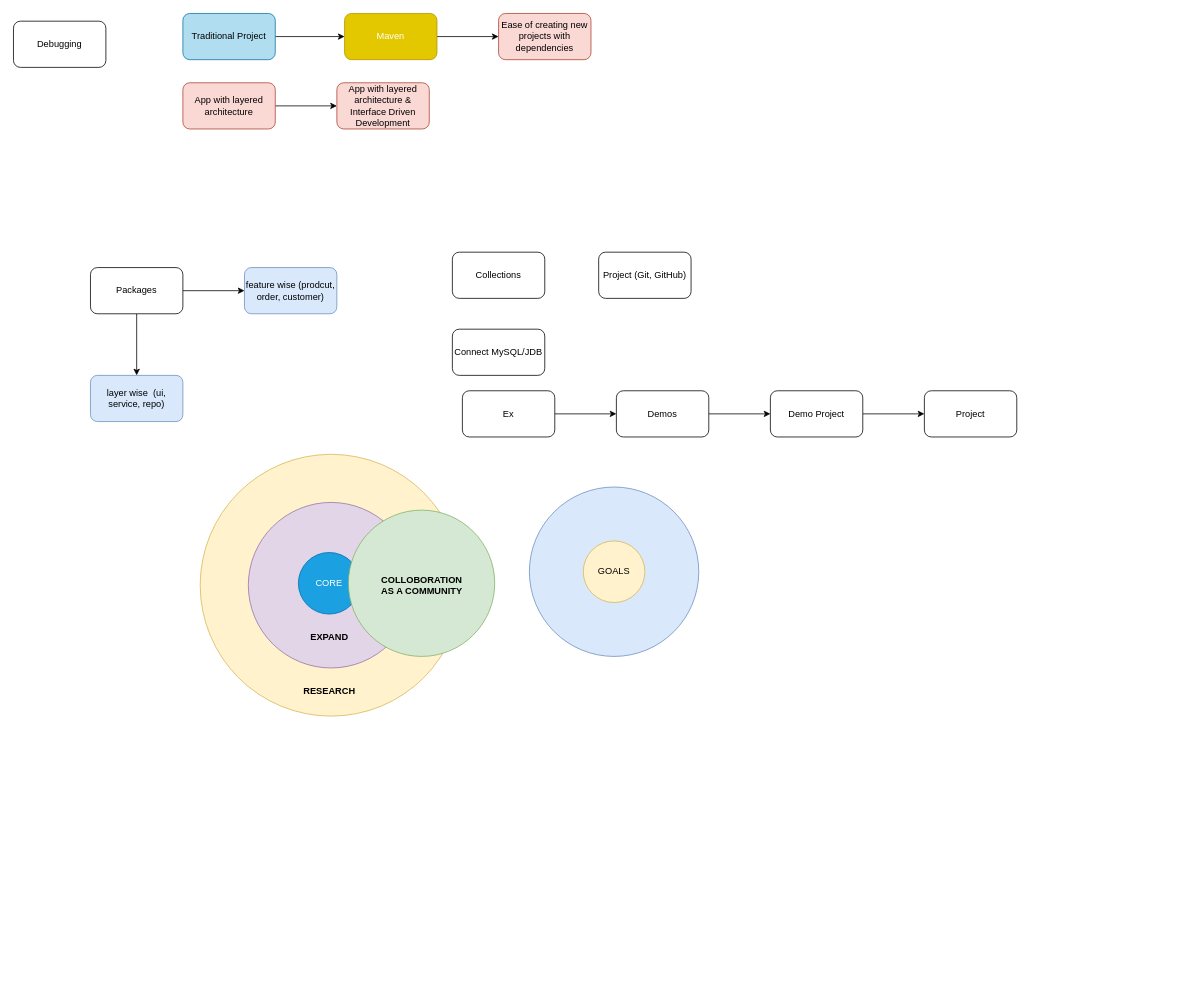
Earlier version of the draw.io diagram page "Recap & Plan" (3 of 6) of java/diagrams/java-workflow.drawio (aukokyong/jfs-master). Source tidied: cells renumbered, new cells numbered last; positions are measured from the earlier drawing's top-left corner, leaving out a move shared by most shapes. Both pictures are drawn from the tidied source at 77%, with x=0, y=0 at pixel (13, 13).
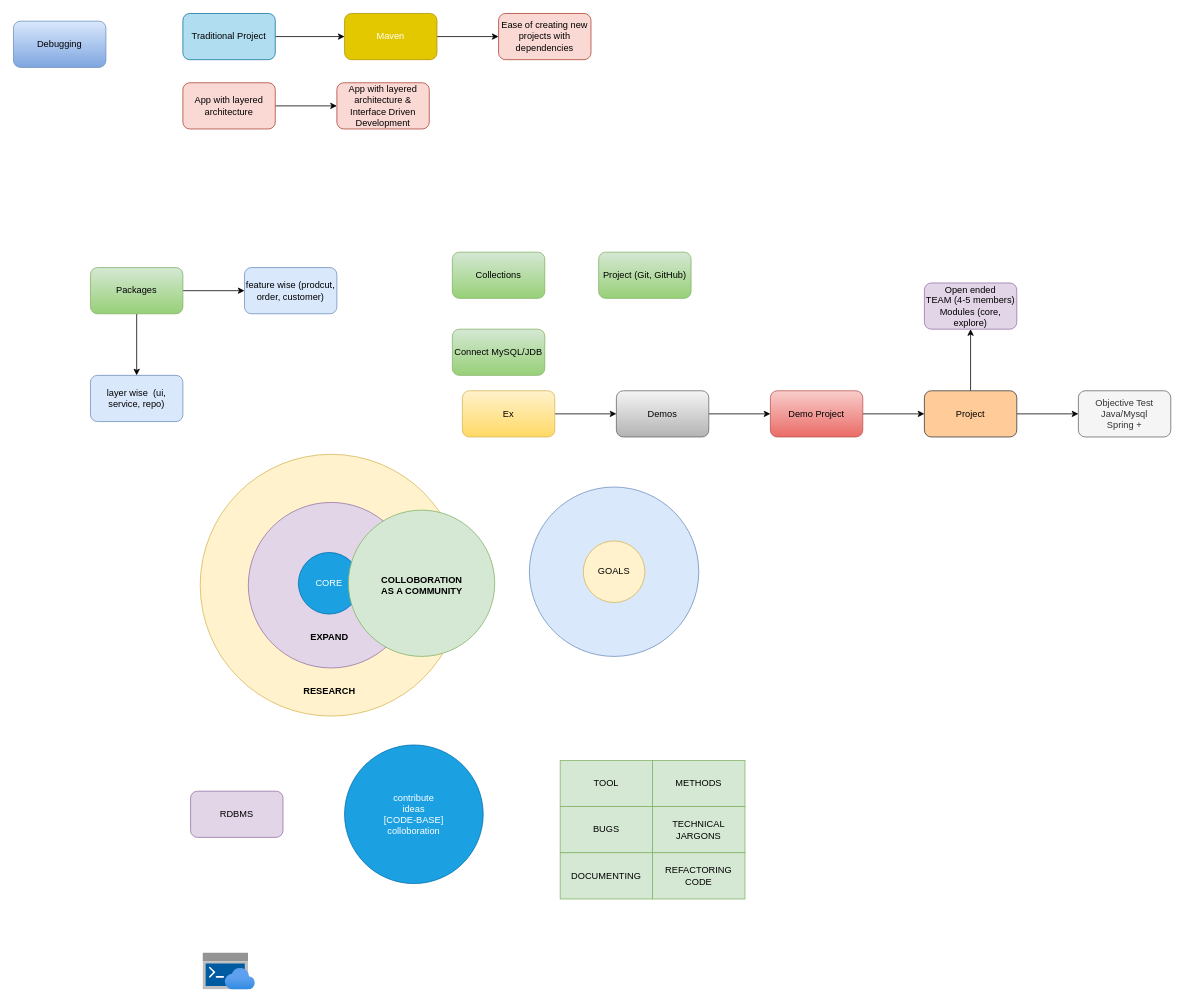
The same page after the edit.

What changed in the source:
```diff
@@
-    <mxCell id="13" value="Packages" style="rounded=1;whiteSpace=wrap;html=1;" parent="1" vertex="1">
+    <mxCell id="13" value="Packages" style="rounded=1;whiteSpace=wrap;html=1;gradientColor=#97d077;fillColor=#d5e8d4;strokeColor=#82b366;" parent="1" vertex="1">
       <mxGeometry x="100" y="330" width="120" height="60" as="geometry" />
     </mxCell>
@@
-    <mxCell id="16" value="Collections" style="rounded=1;whiteSpace=wrap;html=1;" parent="1" vertex="1">
+    <mxCell id="16" value="Collections" style="rounded=1;whiteSpace=wrap;html=1;gradientColor=#97d077;fillColor=#d5e8d4;strokeColor=#82b366;" parent="1" vertex="1">
       <mxGeometry x="570" y="310" width="120" height="60" as="geometry" />
     </mxCell>
-    <mxCell id="17" value="Connect MySQL/JDB" style="rounded=1;whiteSpace=wrap;html=1;" parent="1" vertex="1">
+    <mxCell id="17" value="Connect MySQL/JDB" style="rounded=1;whiteSpace=wrap;html=1;gradientColor=#97d077;fillColor=#d5e8d4;strokeColor=#82b366;" parent="1" vertex="1">
       <mxGeometry x="570" y="410" width="120" height="60" as="geometry" />
     </mxCell>
-    <mxCell id="18" value="Project (Git, GitHub)" style="rounded=1;whiteSpace=wrap;html=1;" parent="1" vertex="1">
+    <mxCell id="18" value="Project (Git, GitHub)" style="rounded=1;whiteSpace=wrap;html=1;gradientColor=#97d077;fillColor=#d5e8d4;strokeColor=#82b366;" parent="1" vertex="1">
       <mxGeometry x="760" y="310" width="120" height="60" as="geometry" />
     </mxCell>
@@
-    <mxCell id="20" value="Ex" style="rounded=1;whiteSpace=wrap;html=1;" parent="1" vertex="1">
+    <mxCell id="20" value="Ex" style="rounded=1;whiteSpace=wrap;html=1;gradientColor=#ffd966;fillColor=#fff2cc;strokeColor=#d6b656;" parent="1" vertex="1">
       <mxGeometry x="583" y="490" width="120" height="60" as="geometry" />
     </mxCell>
@@
-    <mxCell id="22" value="Demos" style="rounded=1;whiteSpace=wrap;html=1;" parent="1" vertex="1">
+    <mxCell id="22" value="Demos" style="rounded=1;whiteSpace=wrap;html=1;gradientColor=#b3b3b3;fillColor=#f5f5f5;strokeColor=#666666;" parent="1" vertex="1">
       <mxGeometry x="783" y="490" width="120" height="60" as="geometry" />
     </mxCell>
@@
-    <mxCell id="24" value="Demo Project" style="rounded=1;whiteSpace=wrap;html=1;" parent="1" vertex="1">
+    <mxCell id="24" value="Demo Project" style="rounded=1;whiteSpace=wrap;html=1;gradientColor=#ea6b66;fillColor=#f8cecc;strokeColor=#b85450;" parent="1" vertex="1">
       <mxGeometry x="983" y="490" width="120" height="60" as="geometry" />
     </mxCell>
+    <mxCell id="35" style="edgeStyle=orthogonalEdgeStyle;rounded=0;jettySize=auto;html=1;" parent="1" edge="1" source="25" target="37">
+      <mxGeometry relative="1" as="geometry" />
+    </mxCell>
+    <mxCell id="36" style="edgeStyle=orthogonalEdgeStyle;rounded=0;jettySize=auto;html=1;" parent="1" edge="1" source="25" target="38">
+      <mxGeometry relative="1" as="geometry" />
+    </mxCell>
-    <mxCell id="25" value="Project" style="rounded=1;whiteSpace=wrap;html=1;" parent="1" vertex="1">
+    <mxCell id="25" value="Project" style="rounded=1;whiteSpace=wrap;html=1;fillColor=#ffcc99;strokeColor=#36393d;" parent="1" vertex="1">
       <mxGeometry x="1183" y="490" width="120" height="60" as="geometry" />
     </mxCell>
-    <mxCell id="26" value="Debugging" style="rounded=1;whiteSpace=wrap;html=1;" parent="1" vertex="1">
+    <mxCell id="26" value="Debugging" style="rounded=1;whiteSpace=wrap;html=1;gradientColor=#7ea6e0;fillColor=#dae8fc;strokeColor=#6c8ebf;" parent="1" vertex="1">
       <mxGeometry y="10" width="120" height="60" as="geometry" />
     </mxCell>
@@
+    <mxCell id="37" value="Open ended&lt;br&gt;TEAM (4-5 members)&lt;br&gt;Modules (core, explore)" style="rounded=1;whiteSpace=wrap;html=1;fillColor=#e1d5e7;strokeColor=#9673a6;" parent="1" vertex="1">
+      <mxGeometry x="1183" y="350" width="120" height="60" as="geometry" />
+    </mxCell>
+    <mxCell id="38" value="Objective Test&lt;br&gt;Java/Mysql&lt;br&gt;Spring +" style="rounded=1;whiteSpace=wrap;html=1;fillColor=#f5f5f5;strokeColor=#666666;fontColor=#333333;" parent="1" vertex="1">
+      <mxGeometry x="1383" y="490" width="120" height="60" as="geometry" />
+    </mxCell>
+    <mxCell id="39" value="RDBMS" style="rounded=1;whiteSpace=wrap;html=1;fillColor=#e1d5e7;strokeColor=#9673a6;" parent="1" vertex="1">
+      <mxGeometry x="230" y="1010" width="120" height="60" as="geometry" />
+    </mxCell>
+    <mxCell id="40" value="contribute&lt;br&gt;ideas&lt;br&gt;[CODE-BASE]&lt;br&gt;colloboration" style="ellipse;whiteSpace=wrap;html=1;fillColor=#1ba1e2;strokeColor=#006EAF;fontColor=#ffffff;" parent="1" vertex="1">
+      <mxGeometry x="430" y="950" width="180" height="180" as="geometry" />
+    </mxCell>
+    <mxCell id="41" value="TOOL" style="rounded=0;whiteSpace=wrap;html=1;fillColor=#d5e8d4;strokeColor=#82b366;" parent="1" vertex="1">
+      <mxGeometry x="710" y="970" width="120" height="60" as="geometry" />
+    </mxCell>
+    <mxCell id="42" value="METHODS" style="rounded=0;whiteSpace=wrap;html=1;fillColor=#d5e8d4;strokeColor=#82b366;" parent="1" vertex="1">
+      <mxGeometry x="830" y="970" width="120" height="60" as="geometry" />
+    </mxCell>
+    <mxCell id="43" value="BUGS" style="rounded=0;whiteSpace=wrap;html=1;fillColor=#d5e8d4;strokeColor=#82b366;" parent="1" vertex="1">
+      <mxGeometry x="710" y="1030" width="120" height="60" as="geometry" />
+    </mxCell>
+    <mxCell id="44" value="TECHNICAL JARGONS" style="rounded=0;whiteSpace=wrap;html=1;fillColor=#d5e8d4;strokeColor=#82b366;" parent="1" vertex="1">
+      <mxGeometry x="830" y="1030" width="120" height="60" as="geometry" />
+    </mxCell>
+    <mxCell id="45" value="DOCUMENTING" style="rounded=0;whiteSpace=wrap;html=1;fillColor=#d5e8d4;strokeColor=#82b366;" parent="1" vertex="1">
+      <mxGeometry x="710" y="1090" width="120" height="60" as="geometry" />
+    </mxCell>
+    <mxCell id="46" style="html=1;align=center;image;fontSize=12;image=img/lib/azure2/preview/Azure_Cloud_Shell.svg;" parent="1" vertex="1">
+      <mxGeometry x="246" y="1220" width="68" height="48" as="geometry" />
+    </mxCell>
+    <mxCell id="47" value="REFACTORING CODE" style="rounded=0;whiteSpace=wrap;html=1;fillColor=#d5e8d4;strokeColor=#82b366;" parent="1" vertex="1">
+      <mxGeometry x="830" y="1090" width="120" height="60" as="geometry" />
+    </mxCell>
```
